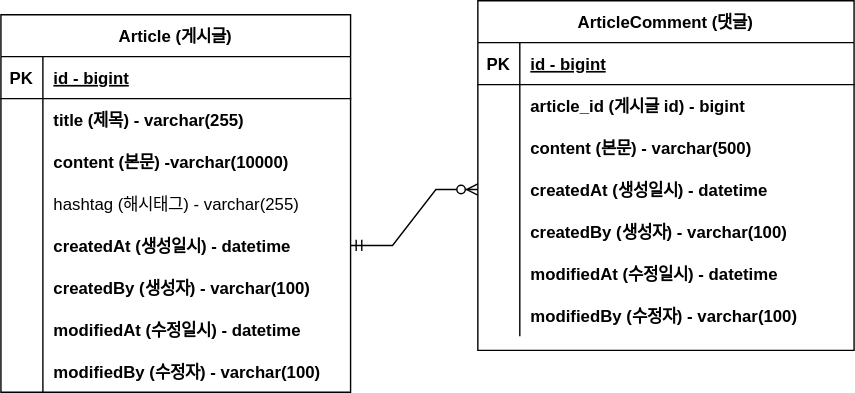
Above: document/project-board-erd.svg in noeseungmin/project-board (draw.io), before the change. Source tidied: cells renumbered, new cells last; positions are measured from the earlier drawing's top-left corner, leaving out a move shared by most shapes.
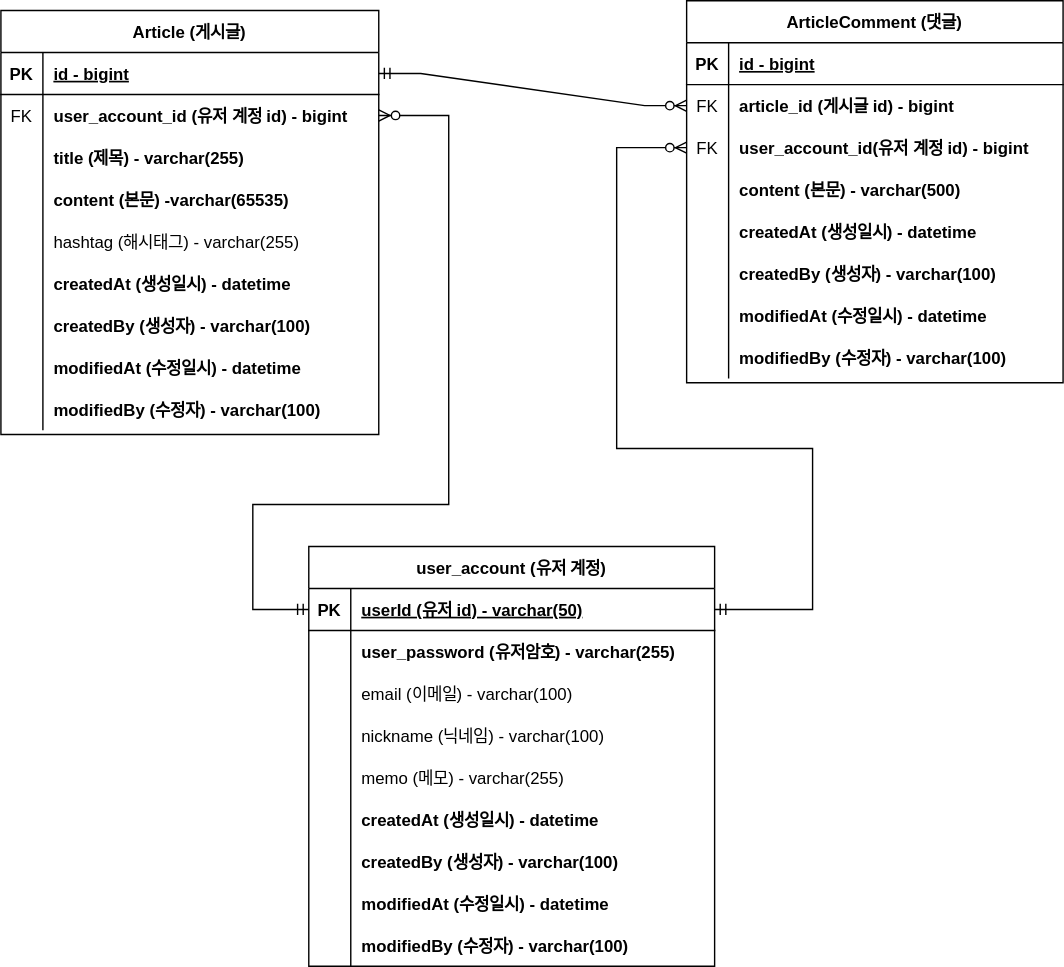
After the commit.

Commit message:
ERD 문서 수정: 회원 계정 user_id 를 PK 로 변경

What changed in the source:
```diff
@@ -5,6 +5,6 @@
     <mxCell id="2" value="Article (게시글)" style="shape=table;startSize=30;rowLines=0;fontStyle=1;align=center;" parent="1" vertex="1">
-      <mxGeometry y="10" width="250" height="270" as="geometry" />
+      <mxGeometry x="-50" y="17" width="270" height="303" as="geometry" />
     </mxCell>
     <mxCell id="3" style="shape=tableRow;horizontal=0;startSize=0;swimlaneHead=0;swimlaneBody=0;fillColor=none;points=[[0,0.5],[1,0.5]];portConstraint=eastwest;top=0;left=0;right=0;bottom=1;" parent="2" vertex="1">
-      <mxGeometry y="30" width="250" height="30" as="geometry" />
+      <mxGeometry y="30" width="270" height="30" as="geometry" />
     </mxCell>
@@ -14,15 +14,15 @@
     <mxCell id="5" value="id - bigint" style="shape=partialRectangle;fillColor=none;top=0;left=0;bottom=0;right=0;align=left;spacingLeft=6;fontStyle=5;overflow=hidden;" parent="3" vertex="1">
-      <mxGeometry x="30" width="220" height="30" as="geometry" />
+      <mxGeometry x="30" width="240" height="30" as="geometry" />
     </mxCell>
     <mxCell id="6" style="shape=tableRow;horizontal=0;startSize=0;swimlaneHead=0;swimlaneBody=0;fillColor=none;points=[[0,0.5],[1,0.5]];portConstraint=eastwest;top=0;left=0;right=0;bottom=0;" parent="2" vertex="1">
-      <mxGeometry y="60" width="250" height="30" as="geometry" />
+      <mxGeometry y="60" width="270" height="30" as="geometry" />
     </mxCell>
-    <mxCell id="7" style="shape=partialRectangle;fillColor=none;top=0;left=0;bottom=0;right=0;overflow=hidden;" parent="6" vertex="1">
+    <mxCell id="7" value="FK" style="shape=partialRectangle;fillColor=none;top=0;left=0;bottom=0;right=0;overflow=hidden;" parent="6" vertex="1">
       <mxGeometry width="30" height="30" as="geometry" />
     </mxCell>
-    <mxCell id="8" value="title (제목) - varchar(255)" style="shape=partialRectangle;fillColor=none;top=0;left=0;bottom=0;right=0;align=left;spacingLeft=6;overflow=hidden;fontStyle=1;" parent="6" vertex="1">
-      <mxGeometry x="30" width="220" height="30" as="geometry" />
+    <mxCell id="8" value="user_account_id (유저 계정 id) - bigint" style="shape=partialRectangle;fillColor=none;top=0;left=0;bottom=0;right=0;align=left;spacingLeft=6;overflow=hidden;fontStyle=1;" parent="6" vertex="1">
+      <mxGeometry x="30" width="240" height="30" as="geometry" />
     </mxCell>
     <mxCell id="9" style="shape=tableRow;horizontal=0;startSize=0;swimlaneHead=0;swimlaneBody=0;fillColor=none;top=0;left=0;right=0;bottom=0;" parent="2" vertex="1">
-      <mxGeometry y="90" width="250" height="30" as="geometry" />
+      <mxGeometry y="90" width="270" height="30" as="geometry" />
     </mxCell>
@@ -31,7 +31,16 @@
     </mxCell>
-    <mxCell id="11" value="content (본문) -varchar(10000)" style="shape=partialRectangle;fillColor=none;top=0;left=0;bottom=0;right=0;align=left;spacingLeft=6;overflow=hidden;fontStyle=1;" parent="9" vertex="1">
-      <mxGeometry x="30" width="220" height="30" as="geometry" />
+    <mxCell id="11" style="shape=partialRectangle;fillColor=none;top=0;left=0;bottom=0;right=0;align=left;spacingLeft=6;overflow=hidden;fontStyle=1;" parent="9" vertex="1">
+      <mxGeometry x="30" width="240" height="30" as="geometry" />
     </mxCell>
+    <mxCell id="50" style="shape=tableRow;horizontal=0;startSize=0;swimlaneHead=0;swimlaneBody=0;fillColor=none;top=0;left=0;right=0;bottom=0;" parent="2" vertex="1">
+      <mxGeometry y="120" width="270" height="30" as="geometry" />
+    </mxCell>
+    <mxCell id="51" style="shape=partialRectangle;fillColor=none;top=0;left=0;bottom=0;right=0;overflow=hidden;" parent="50" vertex="1">
+      <mxGeometry width="30" height="30" as="geometry" />
+    </mxCell>
+    <mxCell id="52" value="content (본문) -varchar(65535)" style="shape=partialRectangle;fillColor=none;top=0;left=0;bottom=0;right=0;align=left;spacingLeft=6;overflow=hidden;fontStyle=1;" parent="50" vertex="1">
+      <mxGeometry x="30" width="240" height="30" as="geometry" />
+    </mxCell>
     <mxCell id="12" style="shape=tableRow;horizontal=0;startSize=0;swimlaneHead=0;swimlaneBody=0;fillColor=none;top=0;left=0;right=0;bottom=0;" parent="2" vertex="1">
-      <mxGeometry y="120" width="250" height="30" as="geometry" />
+      <mxGeometry y="150" width="270" height="30" as="geometry" />
     </mxCell>
@@ -41,6 +50,6 @@
     <mxCell id="14" value="hashtag (해시태그) - varchar(255)" style="shape=partialRectangle;fillColor=none;top=0;left=0;bottom=0;right=0;align=left;spacingLeft=6;overflow=hidden;fontStyle=0;" parent="12" vertex="1">
-      <mxGeometry x="30" width="220" height="30" as="geometry" />
+      <mxGeometry x="30" width="240" height="30" as="geometry" />
     </mxCell>
     <mxCell id="15" style="shape=tableRow;horizontal=0;startSize=0;swimlaneHead=0;swimlaneBody=0;fillColor=none;points=[[0,0.5],[1,0.5]];portConstraint=eastwest;top=0;left=0;right=0;bottom=0;" parent="2" vertex="1">
-      <mxGeometry y="150" width="250" height="30" as="geometry" />
+      <mxGeometry y="180" width="270" height="30" as="geometry" />
     </mxCell>
@@ -50,6 +59,6 @@
     <mxCell id="17" value="createdAt (생성일시) - datetime" style="shape=partialRectangle;fillColor=none;top=0;left=0;bottom=0;right=0;align=left;spacingLeft=6;overflow=hidden;fontStyle=1;" parent="15" vertex="1">
-      <mxGeometry x="30" width="220" height="30" as="geometry" />
+      <mxGeometry x="30" width="240" height="30" as="geometry" />
     </mxCell>
     <mxCell id="18" style="shape=tableRow;horizontal=0;startSize=0;swimlaneHead=0;swimlaneBody=0;fillColor=none;top=0;left=0;right=0;bottom=0;" parent="2" vertex="1">
-      <mxGeometry y="180" width="250" height="30" as="geometry" />
+      <mxGeometry y="210" width="270" height="30" as="geometry" />
     </mxCell>
@@ -59,6 +68,6 @@
     <mxCell id="20" value="createdBy (생성자) - varchar(100)" style="shape=partialRectangle;fillColor=none;top=0;left=0;bottom=0;right=0;align=left;spacingLeft=6;overflow=hidden;fontStyle=1;" parent="18" vertex="1">
-      <mxGeometry x="30" width="220" height="30" as="geometry" />
+      <mxGeometry x="30" width="240" height="30" as="geometry" />
     </mxCell>
     <mxCell id="21" style="shape=tableRow;horizontal=0;startSize=0;swimlaneHead=0;swimlaneBody=0;fillColor=none;top=0;left=0;right=0;bottom=0;" parent="2" vertex="1">
-      <mxGeometry y="210" width="250" height="30" as="geometry" />
+      <mxGeometry y="240" width="270" height="30" as="geometry" />
     </mxCell>
@@ -68,6 +77,6 @@
     <mxCell id="23" value="modifiedAt (수정일시) - datetime" style="shape=partialRectangle;fillColor=none;top=0;left=0;bottom=0;right=0;align=left;spacingLeft=6;overflow=hidden;fontStyle=1;" parent="21" vertex="1">
-      <mxGeometry x="30" width="220" height="30" as="geometry" />
+      <mxGeometry x="30" width="240" height="30" as="geometry" />
     </mxCell>
     <mxCell id="24" style="shape=tableRow;horizontal=0;startSize=0;swimlaneHead=0;swimlaneBody=0;fillColor=none;top=0;left=0;right=0;bottom=0;" parent="2" vertex="1">
-      <mxGeometry y="240" width="250" height="30" as="geometry" />
+      <mxGeometry y="270" width="270" height="30" as="geometry" />
     </mxCell>
@@ -77,6 +86,6 @@
     <mxCell id="26" value="modifiedBy (수정자) - varchar(100)" style="shape=partialRectangle;fillColor=none;top=0;left=0;bottom=0;right=0;align=left;spacingLeft=6;overflow=hidden;fontStyle=1;" parent="24" vertex="1">
-      <mxGeometry x="30" width="220" height="30" as="geometry" />
+      <mxGeometry x="30" width="240" height="30" as="geometry" />
     </mxCell>
     <mxCell id="27" value="ArticleComment (댓글)" style="shape=table;startSize=30;rowLines=0;fontStyle=1;align=center;" parent="1" vertex="1">
-      <mxGeometry x="341" width="269" height="250" as="geometry" />
+      <mxGeometry x="440" y="10" width="269" height="273" as="geometry" />
     </mxCell>
@@ -94,3 +103,3 @@
     </mxCell>
-    <mxCell id="32" style="shape=partialRectangle;fillColor=none;top=0;left=0;bottom=0;right=0;overflow=hidden;" parent="31" vertex="1">
+    <mxCell id="32" value="FK" style="shape=partialRectangle;fillColor=none;top=0;left=0;bottom=0;right=0;overflow=hidden;" parent="31" vertex="1">
       <mxGeometry width="30" height="30" as="geometry" />
@@ -100,4 +109,13 @@
     </mxCell>
+    <mxCell id="53" style="shape=tableRow;horizontal=0;startSize=0;swimlaneHead=0;swimlaneBody=0;fillColor=none;points=[[0,0.5],[1,0.5]];portConstraint=eastwest;top=0;left=0;right=0;bottom=0;" parent="27" vertex="1">
+      <mxGeometry y="90" width="269" height="30" as="geometry" />
+    </mxCell>
+    <mxCell id="54" value="FK" style="shape=partialRectangle;fillColor=none;top=0;left=0;bottom=0;right=0;overflow=hidden;" parent="53" vertex="1">
+      <mxGeometry width="30" height="30" as="geometry" />
+    </mxCell>
+    <mxCell id="55" value="user_account_id(유저 계정 id) - bigint" style="shape=partialRectangle;fillColor=none;top=0;left=0;bottom=0;right=0;align=left;spacingLeft=6;overflow=hidden;fontStyle=1;" parent="53" vertex="1">
+      <mxGeometry x="30" width="239" height="30" as="geometry" />
+    </mxCell>
     <mxCell id="34" style="shape=tableRow;horizontal=0;startSize=0;swimlaneHead=0;swimlaneBody=0;fillColor=none;top=0;left=0;right=0;bottom=0;" parent="27" vertex="1">
-      <mxGeometry y="90" width="269" height="30" as="geometry" />
+      <mxGeometry y="120" width="269" height="30" as="geometry" />
     </mxCell>
@@ -110,3 +128,3 @@
     <mxCell id="37" style="shape=tableRow;horizontal=0;startSize=0;swimlaneHead=0;swimlaneBody=0;fillColor=none;points=[[0,0.5],[1,0.5]];portConstraint=eastwest;top=0;left=0;right=0;bottom=0;" parent="27" vertex="1">
-      <mxGeometry y="120" width="269" height="30" as="geometry" />
+      <mxGeometry y="150" width="269" height="30" as="geometry" />
     </mxCell>
@@ -119,3 +137,3 @@
     <mxCell id="40" style="shape=tableRow;horizontal=0;startSize=0;swimlaneHead=0;swimlaneBody=0;fillColor=none;top=0;left=0;right=0;bottom=0;" parent="27" vertex="1">
-      <mxGeometry y="150" width="269" height="30" as="geometry" />
+      <mxGeometry y="180" width="269" height="30" as="geometry" />
     </mxCell>
@@ -128,3 +146,3 @@
     <mxCell id="43" style="shape=tableRow;horizontal=0;startSize=0;swimlaneHead=0;swimlaneBody=0;fillColor=none;top=0;left=0;right=0;bottom=0;" parent="27" vertex="1">
-      <mxGeometry y="180" width="269" height="30" as="geometry" />
+      <mxGeometry y="210" width="269" height="30" as="geometry" />
     </mxCell>
@@ -137,3 +155,3 @@
     <mxCell id="46" style="shape=tableRow;horizontal=0;startSize=0;swimlaneHead=0;swimlaneBody=0;fillColor=none;top=0;left=0;right=0;bottom=0;" parent="27" vertex="1">
-      <mxGeometry y="210" width="269" height="30" as="geometry" />
+      <mxGeometry y="240" width="269" height="30" as="geometry" />
     </mxCell>
@@ -145,5 +163,121 @@
     </mxCell>
-    <mxCell id="49" style="edgeStyle=entityRelationEdgeStyle;fontSize=12;html=1;endArrow=ERzeroToMany;startArrow=ERmandOne;rounded=0;exitX=1;exitY=0.5;exitDx=0;exitDy=0;entryX=0;entryY=0.5;entryDx=0;entryDy=0;" parent="1" edge="1" source="15" target="37">
+    <mxCell id="49" style="edgeStyle=entityRelationEdgeStyle;fontSize=12;html=1;endArrow=ERzeroToMany;startArrow=ERmandOne;rounded=0;exitX=1;exitY=0.5;exitDx=0;exitDy=0;entryX=0;entryY=0.5;entryDx=0;entryDy=0;" parent="1" edge="1" source="3" target="31">
       <mxGeometry relative="1" as="geometry" />
     </mxCell>
+    <mxCell id="56" value="user_account (유저 계정)" style="shape=table;startSize=30;rowLines=0;fontStyle=1;align=center;" parent="1" vertex="1">
+      <mxGeometry x="170" y="400" width="290" height="300" as="geometry" />
+    </mxCell>
+    <mxCell id="57" style="shape=tableRow;horizontal=0;startSize=0;swimlaneHead=0;swimlaneBody=0;fillColor=none;points=[[0,0.5],[1,0.5]];portConstraint=eastwest;top=0;left=0;right=0;bottom=1;" parent="56" vertex="1">
+      <mxGeometry y="30" width="290" height="30" as="geometry" />
+    </mxCell>
+    <mxCell id="58" value="PK" style="shape=partialRectangle;fillColor=none;top=0;left=0;bottom=0;right=0;fontStyle=1;overflow=hidden;" parent="57" vertex="1">
+      <mxGeometry width="30" height="30" as="geometry" />
+    </mxCell>
+    <mxCell id="59" value="userId (유저 id) - varchar(50)" style="shape=partialRectangle;fillColor=none;top=0;left=0;bottom=0;right=0;align=left;spacingLeft=6;fontStyle=5;overflow=hidden;" parent="57" vertex="1">
+      <mxGeometry x="30" width="260" height="30" as="geometry" />
+    </mxCell>
+    <mxCell id="60" style="shape=tableRow;horizontal=0;startSize=0;swimlaneHead=0;swimlaneBody=0;fillColor=none;top=0;left=0;right=0;bottom=0;" parent="56" vertex="1">
+      <mxGeometry y="60" width="290" height="30" as="geometry" />
+    </mxCell>
+    <mxCell id="61" style="shape=partialRectangle;fillColor=none;top=0;left=0;bottom=0;right=0;overflow=hidden;" parent="60" vertex="1">
+      <mxGeometry width="30" height="30" as="geometry" />
+    </mxCell>
+    <mxCell id="62" value="user_password (유저암호) - varchar(255)" style="shape=partialRectangle;fillColor=none;top=0;left=0;bottom=0;right=0;align=left;spacingLeft=6;overflow=hidden;fontStyle=1;" parent="60" vertex="1">
+      <mxGeometry x="30" width="260" height="30" as="geometry" />
+    </mxCell>
+    <mxCell id="63" style="shape=tableRow;horizontal=0;startSize=0;swimlaneHead=0;swimlaneBody=0;fillColor=none;top=0;left=0;right=0;bottom=0;" parent="56" vertex="1">
+      <mxGeometry y="90" width="290" height="30" as="geometry" />
+    </mxCell>
+    <mxCell id="64" style="shape=partialRectangle;fillColor=none;top=0;left=0;bottom=0;right=0;overflow=hidden;" parent="63" vertex="1">
+      <mxGeometry width="30" height="30" as="geometry" />
+    </mxCell>
+    <mxCell id="65" value="email (이메일) - varchar(100)" style="shape=partialRectangle;fillColor=none;top=0;left=0;bottom=0;right=0;align=left;spacingLeft=6;overflow=hidden;fontStyle=0;" parent="63" vertex="1">
+      <mxGeometry x="30" width="260" height="30" as="geometry" />
+    </mxCell>
+    <mxCell id="66" style="shape=tableRow;horizontal=0;startSize=0;swimlaneHead=0;swimlaneBody=0;fillColor=none;top=0;left=0;right=0;bottom=0;" parent="56" vertex="1">
+      <mxGeometry y="120" width="290" height="30" as="geometry" />
+    </mxCell>
+    <mxCell id="67" style="shape=partialRectangle;fillColor=none;top=0;left=0;bottom=0;right=0;overflow=hidden;" parent="66" vertex="1">
+      <mxGeometry width="30" height="30" as="geometry" />
+    </mxCell>
+    <mxCell id="68" value="nickname (닉네임) - varchar(100)" style="shape=partialRectangle;fillColor=none;top=0;left=0;bottom=0;right=0;align=left;spacingLeft=6;overflow=hidden;fontStyle=0;" parent="66" vertex="1">
+      <mxGeometry x="30" width="260" height="30" as="geometry" />
+    </mxCell>
+    <mxCell id="69" style="shape=tableRow;horizontal=0;startSize=0;swimlaneHead=0;swimlaneBody=0;fillColor=none;top=0;left=0;right=0;bottom=0;" parent="56" vertex="1">
+      <mxGeometry y="150" width="290" height="30" as="geometry" />
+    </mxCell>
+    <mxCell id="70" style="shape=partialRectangle;fillColor=none;top=0;left=0;bottom=0;right=0;overflow=hidden;" parent="69" vertex="1">
+      <mxGeometry width="30" height="30" as="geometry" />
+    </mxCell>
+    <mxCell id="71" value="memo (메모) - varchar(255)" style="shape=partialRectangle;fillColor=none;top=0;left=0;bottom=0;right=0;align=left;spacingLeft=6;overflow=hidden;fontStyle=0;" parent="69" vertex="1">
+      <mxGeometry x="30" width="260" height="30" as="geometry" />
+    </mxCell>
+    <mxCell id="72" style="shape=tableRow;horizontal=0;startSize=0;swimlaneHead=0;swimlaneBody=0;fillColor=none;top=0;left=0;right=0;bottom=0;" parent="56" vertex="1">
+      <mxGeometry y="180" width="290" height="30" as="geometry" />
+    </mxCell>
+    <mxCell id="73" style="shape=partialRectangle;fillColor=none;top=0;left=0;bottom=0;right=0;overflow=hidden;" parent="72" vertex="1">
+      <mxGeometry width="30" height="30" as="geometry" />
+    </mxCell>
+    <mxCell id="74" value="createdAt (생성일시) - datetime" style="shape=partialRectangle;fillColor=none;top=0;left=0;bottom=0;right=0;align=left;spacingLeft=6;overflow=hidden;fontStyle=1;" parent="72" vertex="1">
+      <mxGeometry x="30" width="260" height="30" as="geometry" />
+    </mxCell>
+    <mxCell id="75" style="shape=tableRow;horizontal=0;startSize=0;swimlaneHead=0;swimlaneBody=0;fillColor=none;top=0;left=0;right=0;bottom=0;" parent="56" vertex="1">
+      <mxGeometry y="210" width="290" height="30" as="geometry" />
+    </mxCell>
+    <mxCell id="76" style="shape=partialRectangle;fillColor=none;top=0;left=0;bottom=0;right=0;overflow=hidden;" parent="75" vertex="1">
+      <mxGeometry width="30" height="30" as="geometry" />
+    </mxCell>
+    <mxCell id="77" value="createdBy (생성자) - varchar(100)" style="shape=partialRectangle;fillColor=none;top=0;left=0;bottom=0;right=0;align=left;spacingLeft=6;overflow=hidden;fontStyle=1;" parent="75" vertex="1">
+      <mxGeometry x="30" width="260" height="30" as="geometry" />
+    </mxCell>
+    <mxCell id="78" style="shape=tableRow;horizontal=0;startSize=0;swimlaneHead=0;swimlaneBody=0;fillColor=none;top=0;left=0;right=0;bottom=0;" parent="56" vertex="1">
+      <mxGeometry y="240" width="290" height="30" as="geometry" />
+    </mxCell>
+    <mxCell id="79" style="shape=partialRectangle;fillColor=none;top=0;left=0;bottom=0;right=0;overflow=hidden;" parent="78" vertex="1">
+      <mxGeometry width="30" height="30" as="geometry" />
+    </mxCell>
+    <mxCell id="80" value="modifiedAt (수정일시) - datetime" style="shape=partialRectangle;fillColor=none;top=0;left=0;bottom=0;right=0;align=left;spacingLeft=6;overflow=hidden;fontStyle=1;" parent="78" vertex="1">
+      <mxGeometry x="30" width="260" height="30" as="geometry" />
+    </mxCell>
+    <mxCell id="81" style="shape=tableRow;horizontal=0;startSize=0;swimlaneHead=0;swimlaneBody=0;fillColor=none;top=0;left=0;right=0;bottom=0;" parent="56" vertex="1">
+      <mxGeometry y="270" width="290" height="30" as="geometry" />
+    </mxCell>
+    <mxCell id="82" style="shape=partialRectangle;fillColor=none;top=0;left=0;bottom=0;right=0;overflow=hidden;" parent="81" vertex="1">
+      <mxGeometry width="30" height="30" as="geometry" />
+    </mxCell>
+    <mxCell id="83" value="modifiedBy (수정자) - varchar(100)" style="shape=partialRectangle;fillColor=none;top=0;left=0;bottom=0;right=0;align=left;spacingLeft=6;overflow=hidden;fontStyle=1;" parent="81" vertex="1">
+      <mxGeometry x="30" width="260" height="30" as="geometry" />
+    </mxCell>
+    <mxCell id="84" style="shape=partialRectangle;fillColor=none;top=0;left=0;bottom=0;right=0;align=left;spacingLeft=6;overflow=hidden;fontStyle=1;" parent="1" vertex="1">
+      <mxGeometry x="30" y="107" width="220" height="30" as="geometry" />
+    </mxCell>
+    <mxCell id="85" style="shape=tableRow;horizontal=0;startSize=0;swimlaneHead=0;swimlaneBody=0;fillColor=none;top=0;left=0;right=0;bottom=0;" parent="1" vertex="1">
+      <mxGeometry y="107" width="250" height="30" as="geometry" />
+    </mxCell>
+    <mxCell id="86" style="shape=partialRectangle;fillColor=none;top=0;left=0;bottom=0;right=0;overflow=hidden;" parent="85" vertex="1">
+      <mxGeometry width="30" height="30" as="geometry" />
+    </mxCell>
+    <mxCell id="87" style="edgeStyle=orthogonalEdgeStyle;fontSize=12;html=1;endArrow=ERzeroToMany;startArrow=ERmandOne;rounded=0;entryX=0;entryY=0.5;entryDx=0;entryDy=0;exitX=1;exitY=0.5;exitDx=0;exitDy=0;" parent="1" edge="1" source="57" target="53">
+      <mxGeometry relative="1" as="geometry">
+        <Array as="points">
+          <mxPoint x="530" y="445" />
+          <mxPoint x="530" y="330" />
+          <mxPoint x="390" y="330" />
+          <mxPoint x="390" y="115" />
+        </Array>
+      </mxGeometry>
+    </mxCell>
+    <mxCell id="88" style="edgeStyle=orthogonalEdgeStyle;fontSize=12;html=1;endArrow=ERzeroToMany;startArrow=ERmandOne;exitX=0;exitY=0.5;exitDx=0;exitDy=0;rounded=0;strokeColor=default;entryX=1;entryY=0.5;entryDx=0;entryDy=0;" parent="1" edge="1" source="57" target="6">
+      <mxGeometry relative="1" as="geometry">
+        <Array as="points">
+          <mxPoint x="130" y="445" />
+          <mxPoint x="130" y="370" />
+          <mxPoint x="270" y="370" />
+          <mxPoint x="270" y="92" />
+        </Array>
+      </mxGeometry>
+    </mxCell>
+    <mxCell id="89" value="title (제목) - varchar(255)" style="shape=partialRectangle;fillColor=none;top=0;left=0;bottom=0;right=0;align=left;spacingLeft=6;overflow=hidden;fontStyle=1;" parent="1" vertex="1">
+      <mxGeometry x="-20" y="107" width="220" height="30" as="geometry" />
+    </mxCell>
   </root>
```
